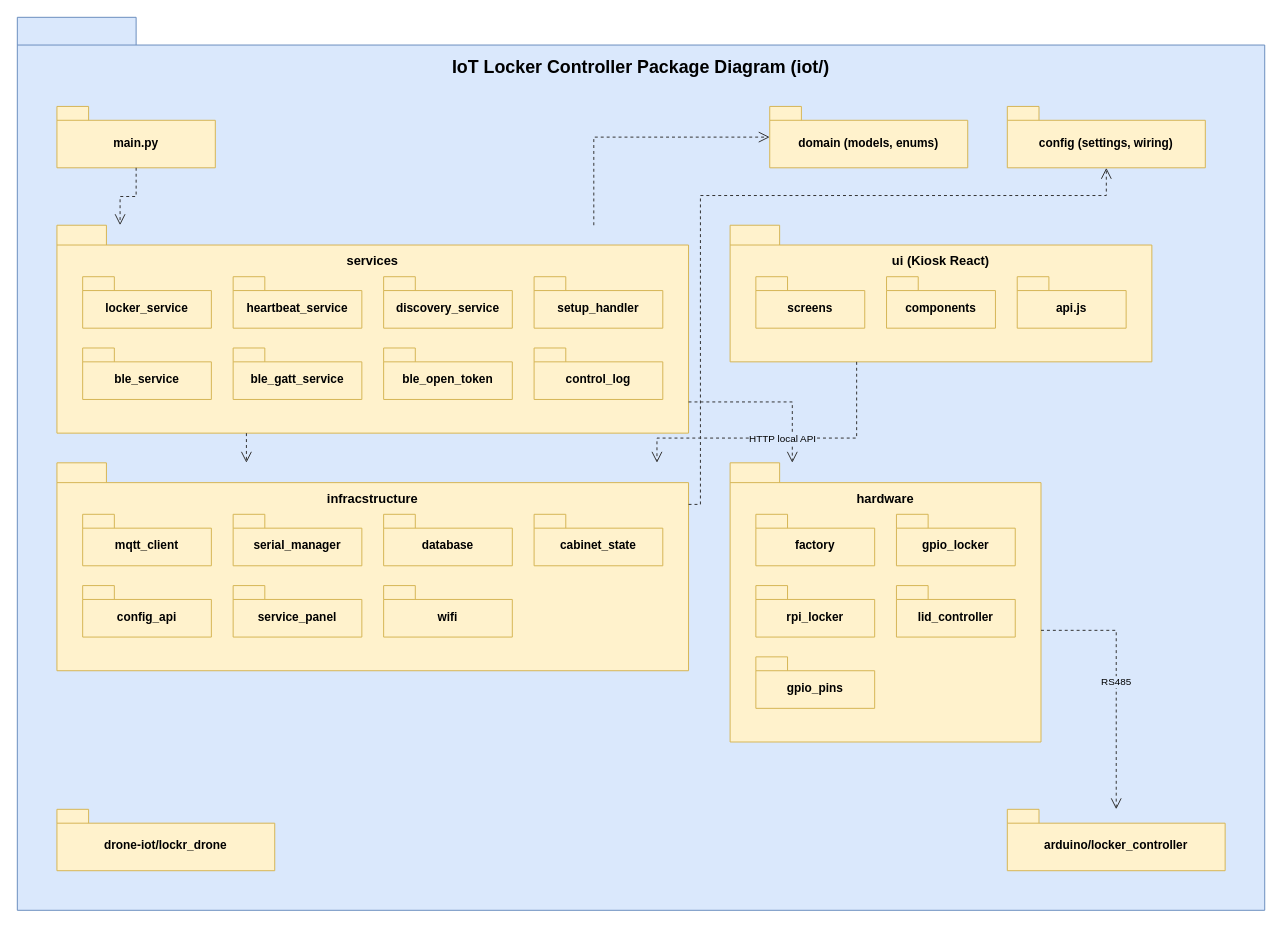
Before: rp4/sdd-assets/drawio/pkg_iot_controller.drawio in LockR-Tech/docs, a draw.io diagram. Source tidied: cells renumbered, new cells numbered last; positions are measured from the earlier drawing's top-left corner, leaving out a move shared by most shapes. Both pictures are drawn from the tidied source at 99%, with x=0, y=0 at pixel (17, 17).
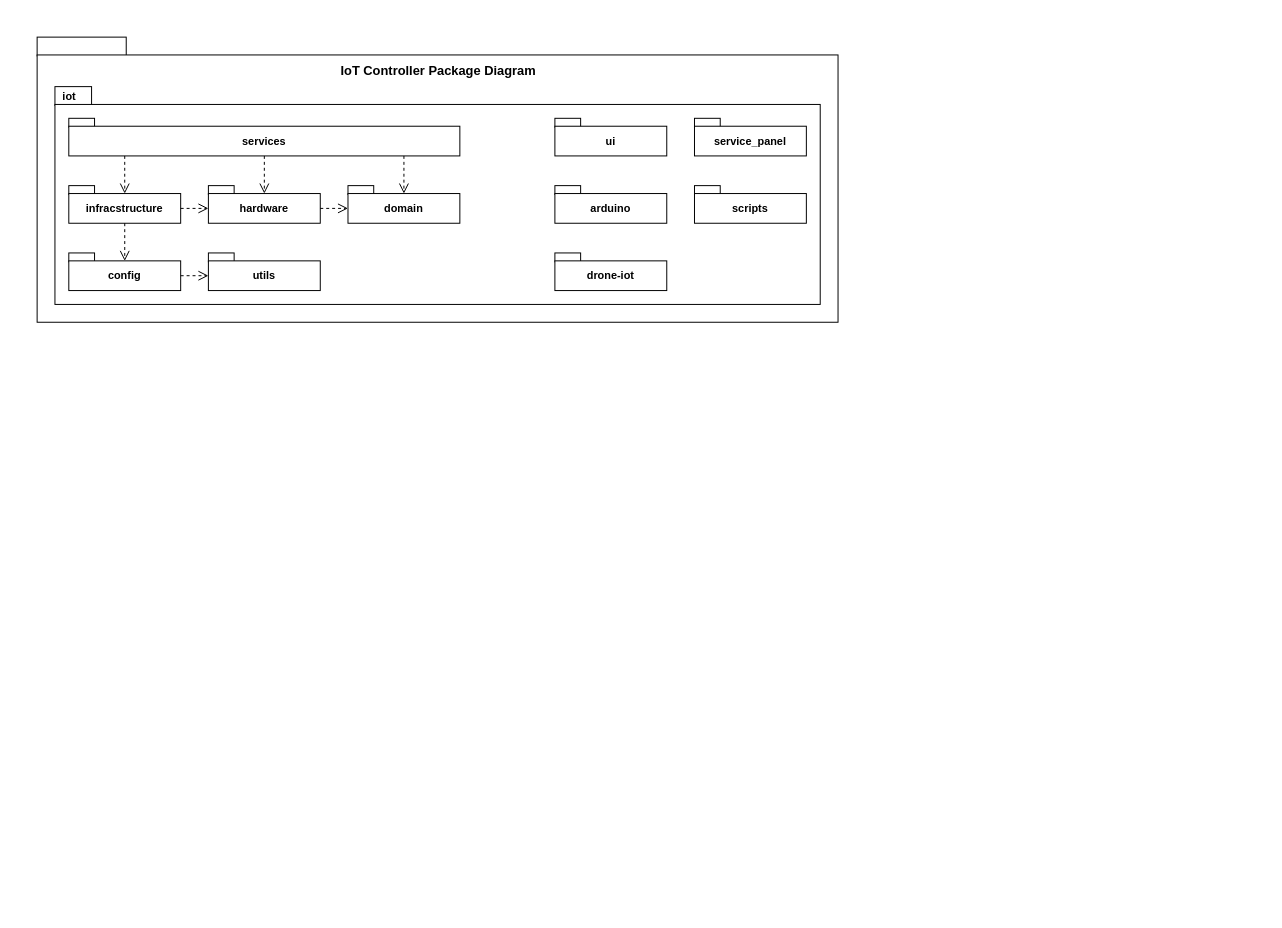
Above is the later version.

The edit, as a diff of the source:
```diff
@@
-    <mxCell id="2" value="IoT Locker Controller Package Diagram (iot/)" style="shape=folder;tabWidth=120;tabHeight=28;tabPosition=left;html=1;whiteSpace=wrap;fillColor=#dae8fc;strokeColor=#6c8ebf;verticalAlign=top;fontStyle=1;fontSize=18;spacingTop=34;" parent="1" vertex="1">
-      <mxGeometry width="1260" height="902" as="geometry" />
+    <mxCell id="2" style="html=1;whiteSpace=wrap;fillColor=#FFFFFF;strokeColor=#000000;fontFamily=Helvetica;fontColor=#000000;" parent="1" vertex="1">
+      <mxGeometry x="20" y="20" width="90" height="19" as="geometry" />
     </mxCell>
-    <mxCell id="3" value="main.py" style="shape=folder;tabWidth=32;tabHeight=14;tabPosition=left;html=1;whiteSpace=wrap;fillColor=#fff2cc;strokeColor=#d6b656;fontStyle=1;fontSize=12;spacingTop=12;" parent="1" vertex="1">
-      <mxGeometry x="40" y="90" width="160" height="62" as="geometry" />
+    <mxCell id="3" style="html=1;whiteSpace=wrap;fillColor=#FFFFFF;strokeColor=#000000;fontFamily=Helvetica;fontColor=#000000;" parent="1" vertex="1">
+      <mxGeometry x="20" y="38" width="809" height="270" as="geometry" />
     </mxCell>
-    <mxCell id="4" value="services" style="shape=folder;tabWidth=50;tabHeight=20;tabPosition=left;html=1;whiteSpace=wrap;fillColor=#fff2cc;strokeColor=#d6b656;verticalAlign=top;fontStyle=1;fontSize=13;spacingTop=22;" parent="1" vertex="1">
-      <mxGeometry x="40" y="210" width="638" height="210" as="geometry" />
+    <mxCell id="4" value="IoT Controller Package Diagram" style="text;html=1;fontStyle=1;fontSize=13;align=center;verticalAlign=middle;fontFamily=Helvetica;fontColor=#000000;" parent="1" vertex="1">
+      <mxGeometry x="20" y="42" width="809" height="24" as="geometry" />
     </mxCell>
-    <mxCell id="5" value="locker_service" style="shape=folder;tabWidth=32;tabHeight=14;tabPosition=left;html=1;whiteSpace=wrap;fillColor=#fff2cc;strokeColor=#d6b656;fontStyle=1;fontSize=12;spacingTop=12;" parent="1" vertex="1">
-      <mxGeometry x="66" y="262" width="130" height="52" as="geometry" />
+    <mxCell id="5" value="iot" style="html=1;whiteSpace=wrap;fillColor=#FFFFFF;strokeColor=#000000;fontFamily=Helvetica;fontColor=#000000;fontStyle=1;fontSize=11;align=left;spacingLeft=6;" parent="1" vertex="1">
+      <mxGeometry x="38" y="70" width="37" height="19" as="geometry" />
     </mxCell>
-    <mxCell id="6" value="heartbeat_service" style="shape=folder;tabWidth=32;tabHeight=14;tabPosition=left;html=1;whiteSpace=wrap;fillColor=#fff2cc;strokeColor=#d6b656;fontStyle=1;fontSize=12;spacingTop=12;" parent="1" vertex="1">
-      <mxGeometry x="218" y="262" width="130" height="52" as="geometry" />
+    <mxCell id="6" style="html=1;whiteSpace=wrap;fillColor=#FFFFFF;strokeColor=#000000;fontFamily=Helvetica;fontColor=#000000;" parent="1" vertex="1">
+      <mxGeometry x="38" y="88" width="773" height="202" as="geometry" />
     </mxCell>
-    <mxCell id="7" value="discovery_service" style="shape=folder;tabWidth=32;tabHeight=14;tabPosition=left;html=1;whiteSpace=wrap;fillColor=#fff2cc;strokeColor=#d6b656;fontStyle=1;fontSize=12;spacingTop=12;" parent="1" vertex="1">
-      <mxGeometry x="370" y="262" width="130" height="52" as="geometry" />
+    <mxCell id="7" style="html=1;whiteSpace=wrap;fillColor=#FFFFFF;strokeColor=#000000;fontFamily=Helvetica;fontColor=#000000;" parent="1" vertex="1">
+      <mxGeometry x="52" y="102" width="26" height="9" as="geometry" />
     </mxCell>
-    <mxCell id="8" value="setup_handler" style="shape=folder;tabWidth=32;tabHeight=14;tabPosition=left;html=1;whiteSpace=wrap;fillColor=#fff2cc;strokeColor=#d6b656;fontStyle=1;fontSize=12;spacingTop=12;" parent="1" vertex="1">
-      <mxGeometry x="522" y="262" width="130" height="52" as="geometry" />
+    <mxCell id="8" value="services" style="html=1;whiteSpace=wrap;fillColor=#FFFFFF;strokeColor=#000000;fontFamily=Helvetica;fontColor=#000000;fontStyle=1;fontSize=11;" parent="1" vertex="1">
+      <mxGeometry x="52" y="110" width="395" height="30" as="geometry" />
     </mxCell>
-    <mxCell id="9" value="ble_service" style="shape=folder;tabWidth=32;tabHeight=14;tabPosition=left;html=1;whiteSpace=wrap;fillColor=#fff2cc;strokeColor=#d6b656;fontStyle=1;fontSize=12;spacingTop=12;" parent="1" vertex="1">
-      <mxGeometry x="66" y="334" width="130" height="52" as="geometry" />
+    <mxCell id="9" style="html=1;whiteSpace=wrap;fillColor=#FFFFFF;strokeColor=#000000;fontFamily=Helvetica;fontColor=#000000;" parent="1" vertex="1">
+      <mxGeometry x="52" y="170" width="26" height="9" as="geometry" />
     </mxCell>
-    <mxCell id="10" value="ble_gatt_service" style="shape=folder;tabWidth=32;tabHeight=14;tabPosition=left;html=1;whiteSpace=wrap;fillColor=#fff2cc;strokeColor=#d6b656;fontStyle=1;fontSize=12;spacingTop=12;" parent="1" vertex="1">
-      <mxGeometry x="218" y="334" width="130" height="52" as="geometry" />
+    <mxCell id="10" value="infracstructure" style="html=1;whiteSpace=wrap;fillColor=#FFFFFF;strokeColor=#000000;fontFamily=Helvetica;fontColor=#000000;fontStyle=1;fontSize=11;" parent="1" vertex="1">
+      <mxGeometry x="52" y="178" width="113" height="30" as="geometry" />
     </mxCell>
-    <mxCell id="11" value="ble_open_token" style="shape=folder;tabWidth=32;tabHeight=14;tabPosition=left;html=1;whiteSpace=wrap;fillColor=#fff2cc;strokeColor=#d6b656;fontStyle=1;fontSize=12;spacingTop=12;" parent="1" vertex="1">
-      <mxGeometry x="370" y="334" width="130" height="52" as="geometry" />
+    <mxCell id="11" style="html=1;whiteSpace=wrap;fillColor=#FFFFFF;strokeColor=#000000;fontFamily=Helvetica;fontColor=#000000;" parent="1" vertex="1">
+      <mxGeometry x="193" y="170" width="26" height="9" as="geometry" />
     </mxCell>
-    <mxCell id="12" value="control_log" style="shape=folder;tabWidth=32;tabHeight=14;tabPosition=left;html=1;whiteSpace=wrap;fillColor=#fff2cc;strokeColor=#d6b656;fontStyle=1;fontSize=12;spacingTop=12;" parent="1" vertex="1">
-      <mxGeometry x="522" y="334" width="130" height="52" as="geometry" />
+    <mxCell id="12" value="hardware" style="html=1;whiteSpace=wrap;fillColor=#FFFFFF;strokeColor=#000000;fontFamily=Helvetica;fontColor=#000000;fontStyle=1;fontSize=11;" parent="1" vertex="1">
+      <mxGeometry x="193" y="178" width="113" height="30" as="geometry" />
     </mxCell>
-    <mxCell id="13" value="infracstructure" style="shape=folder;tabWidth=50;tabHeight=20;tabPosition=left;html=1;whiteSpace=wrap;fillColor=#fff2cc;strokeColor=#d6b656;verticalAlign=top;fontStyle=1;fontSize=13;spacingTop=22;" parent="1" vertex="1">
-      <mxGeometry x="40" y="450" width="638" height="210" as="geometry" />
+    <mxCell id="13" style="html=1;whiteSpace=wrap;fillColor=#FFFFFF;strokeColor=#000000;fontFamily=Helvetica;fontColor=#000000;" parent="1" vertex="1">
+      <mxGeometry x="334" y="170" width="26" height="9" as="geometry" />
     </mxCell>
-    <mxCell id="14" value="mqtt_client" style="shape=folder;tabWidth=32;tabHeight=14;tabPosition=left;html=1;whiteSpace=wrap;fillColor=#fff2cc;strokeColor=#d6b656;fontStyle=1;fontSize=12;spacingTop=12;" parent="1" vertex="1">
-      <mxGeometry x="66" y="502" width="130" height="52" as="geometry" />
+    <mxCell id="14" value="domain" style="html=1;whiteSpace=wrap;fillColor=#FFFFFF;strokeColor=#000000;fontFamily=Helvetica;fontColor=#000000;fontStyle=1;fontSize=11;" parent="1" vertex="1">
+      <mxGeometry x="334" y="178" width="113" height="30" as="geometry" />
     </mxCell>
-    <mxCell id="15" value="serial_manager" style="shape=folder;tabWidth=32;tabHeight=14;tabPosition=left;html=1;whiteSpace=wrap;fillColor=#fff2cc;strokeColor=#d6b656;fontStyle=1;fontSize=12;spacingTop=12;" parent="1" vertex="1">
-      <mxGeometry x="218" y="502" width="130" height="52" as="geometry" />
+    <mxCell id="15" style="html=1;whiteSpace=wrap;fillColor=#FFFFFF;strokeColor=#000000;fontFamily=Helvetica;fontColor=#000000;" parent="1" vertex="1">
+      <mxGeometry x="52" y="238" width="26" height="9" as="geometry" />
     </mxCell>
-    <mxCell id="16" value="database" style="shape=folder;tabWidth=32;tabHeight=14;tabPosition=left;html=1;whiteSpace=wrap;fillColor=#fff2cc;strokeColor=#d6b656;fontStyle=1;fontSize=12;spacingTop=12;" parent="1" vertex="1">
-      <mxGeometry x="370" y="502" width="130" height="52" as="geometry" />
+    <mxCell id="16" value="config" style="html=1;whiteSpace=wrap;fillColor=#FFFFFF;strokeColor=#000000;fontFamily=Helvetica;fontColor=#000000;fontStyle=1;fontSize=11;" parent="1" vertex="1">
+      <mxGeometry x="52" y="246" width="113" height="30" as="geometry" />
     </mxCell>
-    <mxCell id="17" value="cabinet_state" style="shape=folder;tabWidth=32;tabHeight=14;tabPosition=left;html=1;whiteSpace=wrap;fillColor=#fff2cc;strokeColor=#d6b656;fontStyle=1;fontSize=12;spacingTop=12;" parent="1" vertex="1">
-      <mxGeometry x="522" y="502" width="130" height="52" as="geometry" />
+    <mxCell id="17" style="html=1;whiteSpace=wrap;fillColor=#FFFFFF;strokeColor=#000000;fontFamily=Helvetica;fontColor=#000000;" parent="1" vertex="1">
+      <mxGeometry x="193" y="238" width="26" height="9" as="geometry" />
     </mxCell>
-    <mxCell id="18" value="config_api" style="shape=folder;tabWidth=32;tabHeight=14;tabPosition=left;html=1;whiteSpace=wrap;fillColor=#fff2cc;strokeColor=#d6b656;fontStyle=1;fontSize=12;spacingTop=12;" parent="1" vertex="1">
-      <mxGeometry x="66" y="574" width="130" height="52" as="geometry" />
+    <mxCell id="18" value="utils" style="html=1;whiteSpace=wrap;fillColor=#FFFFFF;strokeColor=#000000;fontFamily=Helvetica;fontColor=#000000;fontStyle=1;fontSize=11;" parent="1" vertex="1">
+      <mxGeometry x="193" y="246" width="113" height="30" as="geometry" />
     </mxCell>
-    <mxCell id="19" value="service_panel" style="shape=folder;tabWidth=32;tabHeight=14;tabPosition=left;html=1;whiteSpace=wrap;fillColor=#fff2cc;strokeColor=#d6b656;fontStyle=1;fontSize=12;spacingTop=12;" parent="1" vertex="1">
-      <mxGeometry x="218" y="574" width="130" height="52" as="geometry" />
+    <mxCell id="19" style="html=1;whiteSpace=wrap;fillColor=#FFFFFF;strokeColor=#000000;fontFamily=Helvetica;fontColor=#000000;" parent="1" vertex="1">
+      <mxGeometry x="543" y="102" width="26" height="9" as="geometry" />
     </mxCell>
-    <mxCell id="20" value="wifi" style="shape=folder;tabWidth=32;tabHeight=14;tabPosition=left;html=1;whiteSpace=wrap;fillColor=#fff2cc;strokeColor=#d6b656;fontStyle=1;fontSize=12;spacingTop=12;" parent="1" vertex="1">
-      <mxGeometry x="370" y="574" width="130" height="52" as="geometry" />
+    <mxCell id="20" value="ui" style="html=1;whiteSpace=wrap;fillColor=#FFFFFF;strokeColor=#000000;fontFamily=Helvetica;fontColor=#000000;fontStyle=1;fontSize=11;" parent="1" vertex="1">
+      <mxGeometry x="543" y="110" width="113" height="30" as="geometry" />
     </mxCell>
-    <mxCell id="21" value="hardware" style="shape=folder;tabWidth=50;tabHeight=20;tabPosition=left;html=1;whiteSpace=wrap;fillColor=#fff2cc;strokeColor=#d6b656;verticalAlign=top;fontStyle=1;fontSize=13;spacingTop=22;" parent="1" vertex="1">
-      <mxGeometry x="720" y="450" width="314" height="282" as="geometry" />
+    <mxCell id="21" style="html=1;whiteSpace=wrap;fillColor=#FFFFFF;strokeColor=#000000;fontFamily=Helvetica;fontColor=#000000;" parent="1" vertex="1">
+      <mxGeometry x="684" y="102" width="26" height="9" as="geometry" />
     </mxCell>
-    <mxCell id="22" value="factory" style="shape=folder;tabWidth=32;tabHeight=14;tabPosition=left;html=1;whiteSpace=wrap;fillColor=#fff2cc;strokeColor=#d6b656;fontStyle=1;fontSize=12;spacingTop=12;" parent="1" vertex="1">
-      <mxGeometry x="746" y="502" width="120" height="52" as="geometry" />
+    <mxCell id="22" value="service_panel" style="html=1;whiteSpace=wrap;fillColor=#FFFFFF;strokeColor=#000000;fontFamily=Helvetica;fontColor=#000000;fontStyle=1;fontSize=11;" parent="1" vertex="1">
+      <mxGeometry x="684" y="110" width="113" height="30" as="geometry" />
     </mxCell>
-    <mxCell id="23" value="gpio_locker" style="shape=folder;tabWidth=32;tabHeight=14;tabPosition=left;html=1;whiteSpace=wrap;fillColor=#fff2cc;strokeColor=#d6b656;fontStyle=1;fontSize=12;spacingTop=12;" parent="1" vertex="1">
-      <mxGeometry x="888" y="502" width="120" height="52" as="geometry" />
+    <mxCell id="23" style="html=1;whiteSpace=wrap;fillColor=#FFFFFF;strokeColor=#000000;fontFamily=Helvetica;fontColor=#000000;" parent="1" vertex="1">
+      <mxGeometry x="543" y="170" width="26" height="9" as="geometry" />
     </mxCell>
-    <mxCell id="24" value="rpi_locker" style="shape=folder;tabWidth=32;tabHeight=14;tabPosition=left;html=1;whiteSpace=wrap;fillColor=#fff2cc;strokeColor=#d6b656;fontStyle=1;fontSize=12;spacingTop=12;" parent="1" vertex="1">
-      <mxGeometry x="746" y="574" width="120" height="52" as="geometry" />
+    <mxCell id="24" value="arduino" style="html=1;whiteSpace=wrap;fillColor=#FFFFFF;strokeColor=#000000;fontFamily=Helvetica;fontColor=#000000;fontStyle=1;fontSize=11;" parent="1" vertex="1">
+      <mxGeometry x="543" y="178" width="113" height="30" as="geometry" />
     </mxCell>
-    <mxCell id="25" value="lid_controller" style="shape=folder;tabWidth=32;tabHeight=14;tabPosition=left;html=1;whiteSpace=wrap;fillColor=#fff2cc;strokeColor=#d6b656;fontStyle=1;fontSize=12;spacingTop=12;" parent="1" vertex="1">
-      <mxGeometry x="888" y="574" width="120" height="52" as="geometry" />
+    <mxCell id="25" style="html=1;whiteSpace=wrap;fillColor=#FFFFFF;strokeColor=#000000;fontFamily=Helvetica;fontColor=#000000;" parent="1" vertex="1">
+      <mxGeometry x="684" y="170" width="26" height="9" as="geometry" />
     </mxCell>
-    <mxCell id="26" value="gpio_pins" style="shape=folder;tabWidth=32;tabHeight=14;tabPosition=left;html=1;whiteSpace=wrap;fillColor=#fff2cc;strokeColor=#d6b656;fontStyle=1;fontSize=12;spacingTop=12;" parent="1" vertex="1">
-      <mxGeometry x="746" y="646" width="120" height="52" as="geometry" />
+    <mxCell id="26" value="scripts" style="html=1;whiteSpace=wrap;fillColor=#FFFFFF;strokeColor=#000000;fontFamily=Helvetica;fontColor=#000000;fontStyle=1;fontSize=11;" parent="1" vertex="1">
+      <mxGeometry x="684" y="178" width="113" height="30" as="geometry" />
     </mxCell>
-    <mxCell id="27" value="domain (models, enums)" style="shape=folder;tabWidth=32;tabHeight=14;tabPosition=left;html=1;whiteSpace=wrap;fillColor=#fff2cc;strokeColor=#d6b656;fontStyle=1;fontSize=12;spacingTop=12;" parent="1" vertex="1">
-      <mxGeometry x="760" y="90" width="200" height="62" as="geometry" />
+    <mxCell id="27" style="html=1;whiteSpace=wrap;fillColor=#FFFFFF;strokeColor=#000000;fontFamily=Helvetica;fontColor=#000000;" parent="1" vertex="1">
+      <mxGeometry x="543" y="238" width="26" height="9" as="geometry" />
     </mxCell>
-    <mxCell id="28" value="config (settings, wiring)" style="shape=folder;tabWidth=32;tabHeight=14;tabPosition=left;html=1;whiteSpace=wrap;fillColor=#fff2cc;strokeColor=#d6b656;fontStyle=1;fontSize=12;spacingTop=12;" parent="1" vertex="1">
-      <mxGeometry x="1000" y="90" width="200" height="62" as="geometry" />
+    <mxCell id="28" value="drone-iot" style="html=1;whiteSpace=wrap;fillColor=#FFFFFF;strokeColor=#000000;fontFamily=Helvetica;fontColor=#000000;fontStyle=1;fontSize=11;" parent="1" vertex="1">
+      <mxGeometry x="543" y="246" width="113" height="30" as="geometry" />
     </mxCell>
-    <mxCell id="29" value="ui (Kiosk React)" style="shape=folder;tabWidth=50;tabHeight=20;tabPosition=left;html=1;whiteSpace=wrap;fillColor=#fff2cc;strokeColor=#d6b656;verticalAlign=top;fontStyle=1;fontSize=13;spacingTop=22;" parent="1" vertex="1">
-      <mxGeometry x="720" y="210" width="426" height="138" as="geometry" />
+    <mxCell id="29" style="endArrow=open;endSize=8;dashed=1;html=1;rounded=0;strokeColor=#000000;edgeStyle=none;exitX=0.1430;exitY=1.0000;exitDx=0;exitDy=0;exitPerimeter=0;entryX=0.5000;entryY=0.0000;entryDx=0;entryDy=0;entryPerimeter=0;" parent="1" edge="1" source="8" target="10">
+      <mxGeometry relative="1" as="geometry" />
     </mxCell>
-    <mxCell id="30" value="screens" style="shape=folder;tabWidth=32;tabHeight=14;tabPosition=left;html=1;whiteSpace=wrap;fillColor=#fff2cc;strokeColor=#d6b656;fontStyle=1;fontSize=12;spacingTop=12;" parent="1" vertex="1">
-      <mxGeometry x="746" y="262" width="110" height="52" as="geometry" />
+    <mxCell id="30" style="endArrow=open;endSize=8;dashed=1;html=1;rounded=0;strokeColor=#000000;edgeStyle=none;exitX=0.5000;exitY=1.0000;exitDx=0;exitDy=0;exitPerimeter=0;entryX=0.5000;entryY=0.0000;entryDx=0;entryDy=0;entryPerimeter=0;" parent="1" edge="1" source="8" target="12">
+      <mxGeometry relative="1" as="geometry" />
     </mxCell>
-    <mxCell id="31" value="components" style="shape=folder;tabWidth=32;tabHeight=14;tabPosition=left;html=1;whiteSpace=wrap;fillColor=#fff2cc;strokeColor=#d6b656;fontStyle=1;fontSize=12;spacingTop=12;" parent="1" vertex="1">
-      <mxGeometry x="878" y="262" width="110" height="52" as="geometry" />
+    <mxCell id="31" style="endArrow=open;endSize=8;dashed=1;html=1;rounded=0;strokeColor=#000000;edgeStyle=none;exitX=0.8570;exitY=1.0000;exitDx=0;exitDy=0;exitPerimeter=0;entryX=0.5000;entryY=0.0000;entryDx=0;entryDy=0;entryPerimeter=0;" parent="1" edge="1" source="8" target="14">
+      <mxGeometry relative="1" as="geometry" />
     </mxCell>
-    <mxCell id="32" value="api.js" style="shape=folder;tabWidth=32;tabHeight=14;tabPosition=left;html=1;whiteSpace=wrap;fillColor=#fff2cc;strokeColor=#d6b656;fontStyle=1;fontSize=12;spacingTop=12;" parent="1" vertex="1">
-      <mxGeometry x="1010" y="262" width="110" height="52" as="geometry" />
+    <mxCell id="32" style="endArrow=open;endSize=8;dashed=1;html=1;rounded=0;strokeColor=#000000;edgeStyle=none;exitX=1.0000;exitY=0.5000;exitDx=0;exitDy=0;exitPerimeter=0;entryX=0.0000;entryY=0.5000;entryDx=0;entryDy=0;entryPerimeter=0;" parent="1" edge="1" source="10" target="12">
+      <mxGeometry relative="1" as="geometry" />
     </mxCell>
-    <mxCell id="33" value="arduino/locker_controller" style="shape=folder;tabWidth=32;tabHeight=14;tabPosition=left;html=1;whiteSpace=wrap;fillColor=#fff2cc;strokeColor=#d6b656;fontStyle=1;fontSize=12;spacingTop=12;" parent="1" vertex="1">
-      <mxGeometry x="1000" y="800" width="220" height="62" as="geometry" />
+    <mxCell id="33" style="endArrow=open;endSize=8;dashed=1;html=1;rounded=0;strokeColor=#000000;edgeStyle=none;exitX=0.5000;exitY=1.0000;exitDx=0;exitDy=0;exitPerimeter=0;entryX=0.5000;entryY=0.0000;entryDx=0;entryDy=0;entryPerimeter=0;" parent="1" edge="1" source="10" target="16">
+      <mxGeometry relative="1" as="geometry" />
     </mxCell>
-    <mxCell id="34" value="drone-iot/lockr_drone" style="shape=folder;tabWidth=32;tabHeight=14;tabPosition=left;html=1;whiteSpace=wrap;fillColor=#fff2cc;strokeColor=#d6b656;fontStyle=1;fontSize=12;spacingTop=12;" parent="1" vertex="1">
-      <mxGeometry x="40" y="800" width="220" height="62" as="geometry" />
+    <mxCell id="34" style="endArrow=open;endSize=8;dashed=1;html=1;rounded=0;strokeColor=#000000;edgeStyle=none;exitX=1.0000;exitY=0.5000;exitDx=0;exitDy=0;exitPerimeter=0;entryX=0.0000;entryY=0.5000;entryDx=0;entryDy=0;entryPerimeter=0;" parent="1" edge="1" source="12" target="14">
+      <mxGeometry relative="1" as="geometry" />
     </mxCell>
-    <mxCell id="35" style="edgeStyle=orthogonalEdgeStyle;rounded=0;html=1;dashed=1;endArrow=open;endSize=9;strokeColor=#333333;jettySize=auto;exitX=0.5;exitY=1;exitDx=0;exitDy=0;entryX=0.1;entryY=0;entryDx=0;entryDy=0;fontSize=10;labelBackgroundColor=#dae8fc;" parent="1" edge="1" source="3" target="4">
+    <mxCell id="35" style="endArrow=open;endSize=8;dashed=1;html=1;rounded=0;strokeColor=#000000;edgeStyle=none;exitX=1.0000;exitY=0.5000;exitDx=0;exitDy=0;exitPerimeter=0;entryX=0.0000;entryY=0.5000;entryDx=0;entryDy=0;entryPerimeter=0;" parent="1" edge="1" source="16" target="18">
       <mxGeometry relative="1" as="geometry" />
     </mxCell>
-    <mxCell id="36" style="edgeStyle=orthogonalEdgeStyle;rounded=0;html=1;dashed=1;endArrow=open;endSize=9;strokeColor=#333333;jettySize=auto;exitX=0.3;exitY=1;exitDx=0;exitDy=0;entryX=0.3;entryY=0;entryDx=0;entryDy=0;fontSize=10;labelBackgroundColor=#dae8fc;" parent="1" edge="1" source="4" target="13">
-      <mxGeometry relative="1" as="geometry" />
-    </mxCell>
-    <mxCell id="37" style="edgeStyle=orthogonalEdgeStyle;rounded=0;html=1;dashed=1;endArrow=open;endSize=9;strokeColor=#333333;jettySize=auto;exitX=1;exitY=0.85;exitDx=0;exitDy=0;entryX=0.2;entryY=0;entryDx=0;entryDy=0;fontSize=10;labelBackgroundColor=#dae8fc;" parent="1" edge="1" source="4" target="21">
-      <mxGeometry relative="1" as="geometry">
-        <Array as="points">
-          <mxPoint x="782.8" y="388.5" />
-        </Array>
-      </mxGeometry>
-    </mxCell>
-    <mxCell id="38" style="edgeStyle=orthogonalEdgeStyle;rounded=0;html=1;dashed=1;endArrow=open;endSize=9;strokeColor=#333333;jettySize=auto;exitX=0.85;exitY=0;exitDx=0;exitDy=0;entryX=0;entryY=0.5;entryDx=0;entryDy=0;fontSize=10;labelBackgroundColor=#dae8fc;" parent="1" edge="1" source="4" target="27">
-      <mxGeometry relative="1" as="geometry">
-        <Array as="points">
-          <mxPoint x="582.3" y="121" />
-        </Array>
-      </mxGeometry>
-    </mxCell>
-    <mxCell id="39" style="edgeStyle=orthogonalEdgeStyle;rounded=0;html=1;dashed=1;endArrow=open;endSize=9;strokeColor=#333333;jettySize=auto;exitX=1;exitY=0.2;exitDx=0;exitDy=0;entryX=0.5;entryY=1;entryDx=0;entryDy=0;fontSize=10;labelBackgroundColor=#dae8fc;" parent="1" edge="1" source="13" target="28">
-      <mxGeometry relative="1" as="geometry">
-        <Array as="points">
-          <mxPoint x="690" y="492" />
-          <mxPoint x="690" y="180" />
-          <mxPoint x="1100" y="180" />
-        </Array>
-      </mxGeometry>
-    </mxCell>
-    <mxCell id="40" value="RS485" style="edgeStyle=orthogonalEdgeStyle;rounded=0;html=1;dashed=1;endArrow=open;endSize=9;strokeColor=#333333;jettySize=auto;exitX=1;exitY=0.6;exitDx=0;exitDy=0;entryX=0.5;entryY=0;entryDx=0;entryDy=0;fontSize=10;labelBackgroundColor=#dae8fc;" parent="1" edge="1" source="21" target="33">
-      <mxGeometry relative="1" as="geometry">
-        <Array as="points">
-          <mxPoint x="1110" y="619.2" />
-        </Array>
-      </mxGeometry>
-    </mxCell>
-    <mxCell id="41" value="HTTP local API" style="edgeStyle=orthogonalEdgeStyle;rounded=0;html=1;dashed=1;endArrow=open;endSize=9;strokeColor=#333333;jettySize=auto;exitX=0.3;exitY=1;exitDx=0;exitDy=0;entryX=0.95;entryY=0;entryDx=0;entryDy=0;fontSize=10;labelBackgroundColor=#dae8fc;" parent="1" edge="1" source="29" target="13">
-      <mxGeometry relative="1" as="geometry">
-        <Array as="points">
-          <mxPoint x="847.8" y="425" />
-          <mxPoint x="646.1" y="425" />
-        </Array>
-      </mxGeometry>
-    </mxCell>
```
